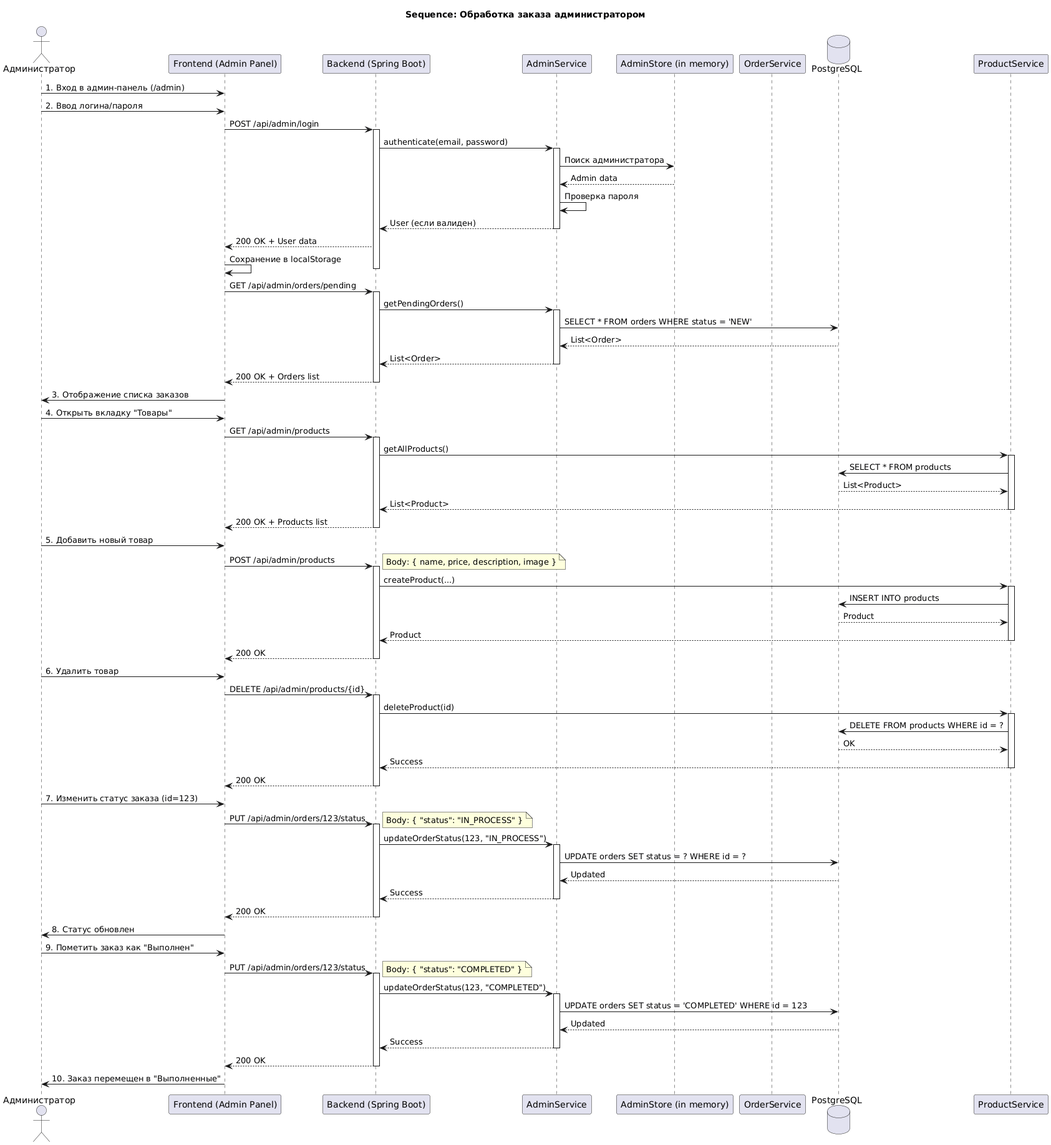
Earlier version of the PlantUML export website/schemas/sequence-order-processing.png (makrelbka/system_engineering). Its source is kept beside it as website/schemas/sequence-order-processing.puml.
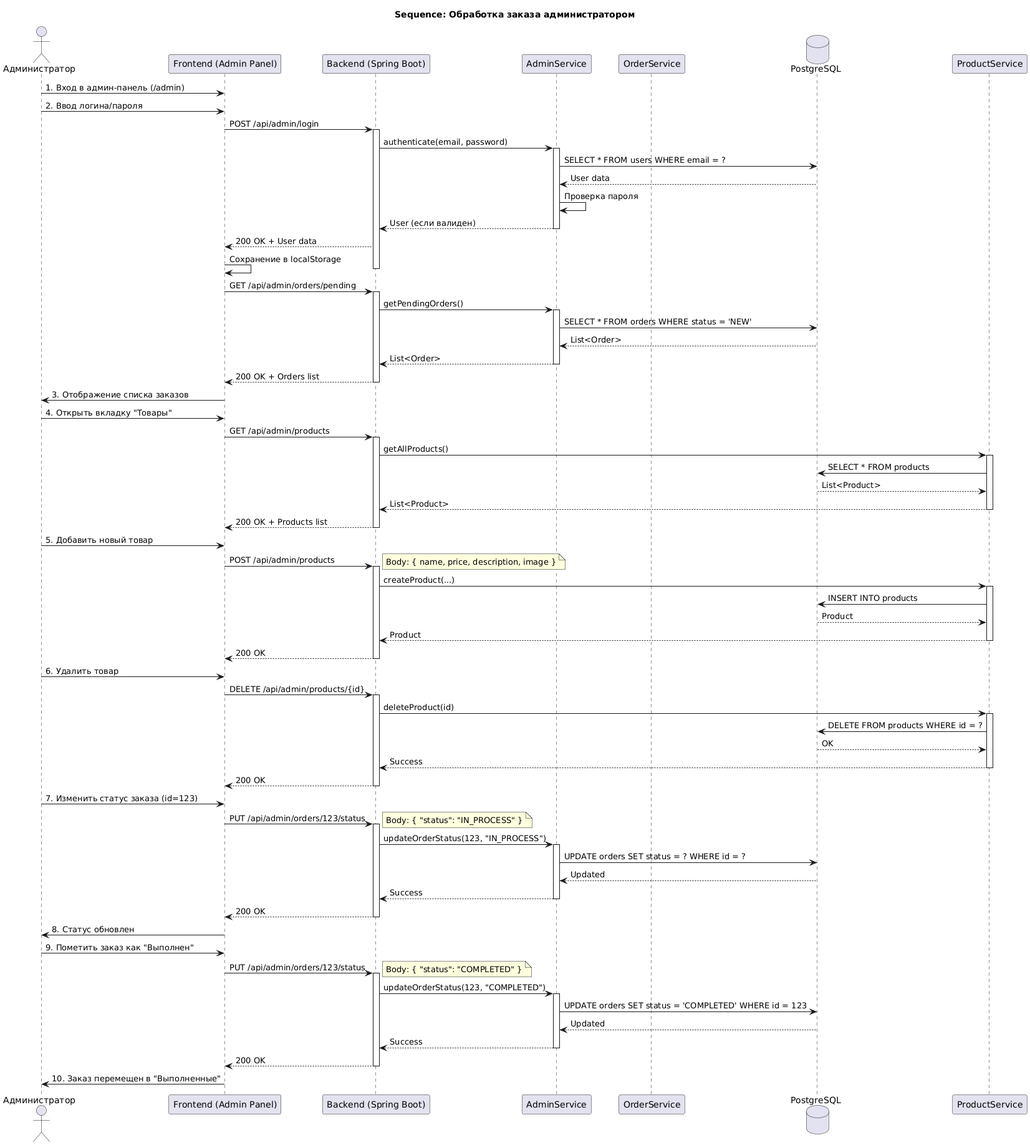
After the commit.

Diff of the diagram source:
```diff
@@ -5,7 +5,6 @@
 participant "Frontend (Admin Panel)" as AdminPanel
 participant "Backend (Spring Boot)" as Backend
 participant "AdminService" as AdminService
-participant "AdminStore (in memory)" as AdminStore
 participant "OrderService" as OrderService
 database "PostgreSQL" as DB
 
@@ -17,8 +16,8 @@
 
 Backend -> AdminService: authenticate(email, password)
 activate AdminService
-AdminService -> AdminStore: Поиск администратора
-AdminStore --> AdminService: Admin data
+AdminService -> DB: SELECT * FROM users WHERE email = ?
+DB --> AdminService: User data
 AdminService -> AdminService: Проверка пароля
 AdminService --> Backend: User (если валиден)
 deactivate AdminService
```
